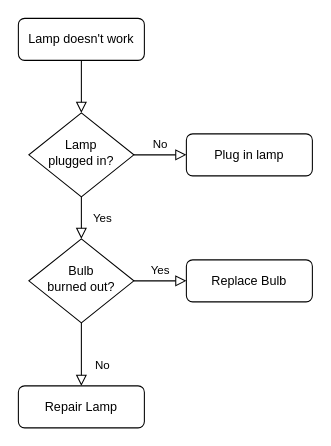
Above: 未命名绘图.drawio in dosmlp/drawio (draw.io), before the change. Source tidied: cells renumbered, new cells numbered last; positions are measured from the earlier drawing's top-left corner, leaving out a move shared by most shapes. Both pictures are drawn from the tidied source at 105%, with x=0, y=0 at pixel (18, 18).
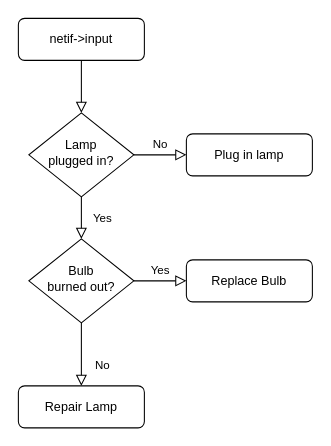
After the change.

Commit message:
更新未命名绘图.drawio

Diff of the diagram source:
```diff
@@
 <mxGraphModel>
   <root>
     <mxCell id="0" />
     <mxCell id="1" parent="0" />
     <mxCell id="2" style="rounded=0;html=1;jettySize=auto;fontSize=11;endArrow=block;endFill=0;endSize=8;strokeWidth=1;shadow=0;labelBackgroundColor=none;edgeStyle=orthogonalEdgeStyle;" parent="1" edge="1" source="3" target="6">
       <mxGeometry relative="1" as="geometry" />
     </mxCell>
-    <mxCell id="3" value="Lamp doesn't work" style="rounded=1;whiteSpace=wrap;html=1;fontSize=12;glass=0;strokeWidth=1;shadow=0;" parent="1" vertex="1">
+    <mxCell id="3" value="netif-&amp;gt;input" style="rounded=1;whiteSpace=wrap;html=1;fontSize=12;glass=0;strokeWidth=1;shadow=0;" parent="1" vertex="1">
       <mxGeometry width="120" height="40" as="geometry" />
     </mxCell>
     <mxCell id="4" value="Yes" style="rounded=0;html=1;jettySize=auto;fontSize=11;endArrow=block;endFill=0;endSize=8;strokeWidth=1;shadow=0;labelBackgroundColor=none;edgeStyle=orthogonalEdgeStyle;" parent="1" edge="1" source="6" target="10">
       <mxGeometry y="20" relative="1" as="geometry" />
     </mxCell>
     <mxCell id="5" value="No" style="edgeStyle=orthogonalEdgeStyle;rounded=0;html=1;jettySize=auto;fontSize=11;endArrow=block;endFill=0;endSize=8;strokeWidth=1;shadow=0;labelBackgroundColor=none;" parent="1" edge="1" source="6" target="7">
       <mxGeometry y="10" relative="1" as="geometry" />
     </mxCell>
     <mxCell id="6" value="Lamp&lt;br&gt;plugged in?" style="rhombus;whiteSpace=wrap;html=1;shadow=0;fontFamily=Helvetica;fontSize=12;align=center;strokeWidth=1;spacing=6;spacingTop=-4;" parent="1" vertex="1">
       <mxGeometry x="10" y="90" width="100" height="80" as="geometry" />
     </mxCell>
     <mxCell id="7" value="Plug in lamp" style="rounded=1;whiteSpace=wrap;html=1;fontSize=12;glass=0;strokeWidth=1;shadow=0;" parent="1" vertex="1">
       <mxGeometry x="160" y="110" width="120" height="40" as="geometry" />
     </mxCell>
     <mxCell id="8" value="No" style="rounded=0;html=1;jettySize=auto;fontSize=11;endArrow=block;endFill=0;endSize=8;strokeWidth=1;shadow=0;labelBackgroundColor=none;edgeStyle=orthogonalEdgeStyle;" parent="1" edge="1" source="10" target="11">
       <mxGeometry x="0.33" y="20" relative="1" as="geometry" />
     </mxCell>
     <mxCell id="9" value="Yes" style="edgeStyle=orthogonalEdgeStyle;rounded=0;html=1;jettySize=auto;fontSize=11;endArrow=block;endFill=0;endSize=8;strokeWidth=1;shadow=0;labelBackgroundColor=none;" parent="1" edge="1" source="10" target="12">
       <mxGeometry y="10" relative="1" as="geometry" />
     </mxCell>
     <mxCell id="10" value="Bulb&lt;br&gt;burned out?" style="rhombus;whiteSpace=wrap;html=1;shadow=0;fontFamily=Helvetica;fontSize=12;align=center;strokeWidth=1;spacing=6;spacingTop=-4;" parent="1" vertex="1">
       <mxGeometry x="10" y="210" width="100" height="80" as="geometry" />
     </mxCell>
     <mxCell id="11" value="Repair Lamp" style="rounded=1;whiteSpace=wrap;html=1;fontSize=12;glass=0;strokeWidth=1;shadow=0;" parent="1" vertex="1">
       <mxGeometry y="350" width="120" height="40" as="geometry" />
     </mxCell>
     <mxCell id="12" value="Replace Bulb" style="rounded=1;whiteSpace=wrap;html=1;fontSize=12;glass=0;strokeWidth=1;shadow=0;" parent="1" vertex="1">
       <mxGeometry x="160" y="230" width="120" height="40" as="geometry" />
     </mxCell>
   </root>
 </mxGraphModel>
```
